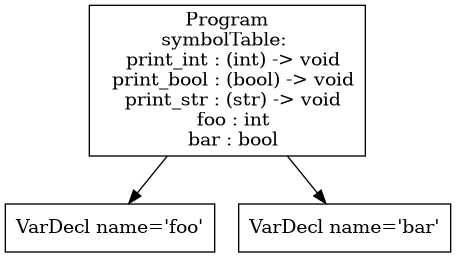
ChristianGuer/p2 keeps this Graphviz diagram as p2-parser/tree.png. Above is the earlier version. Its source is kept beside it as p2-parser/tree.dot.
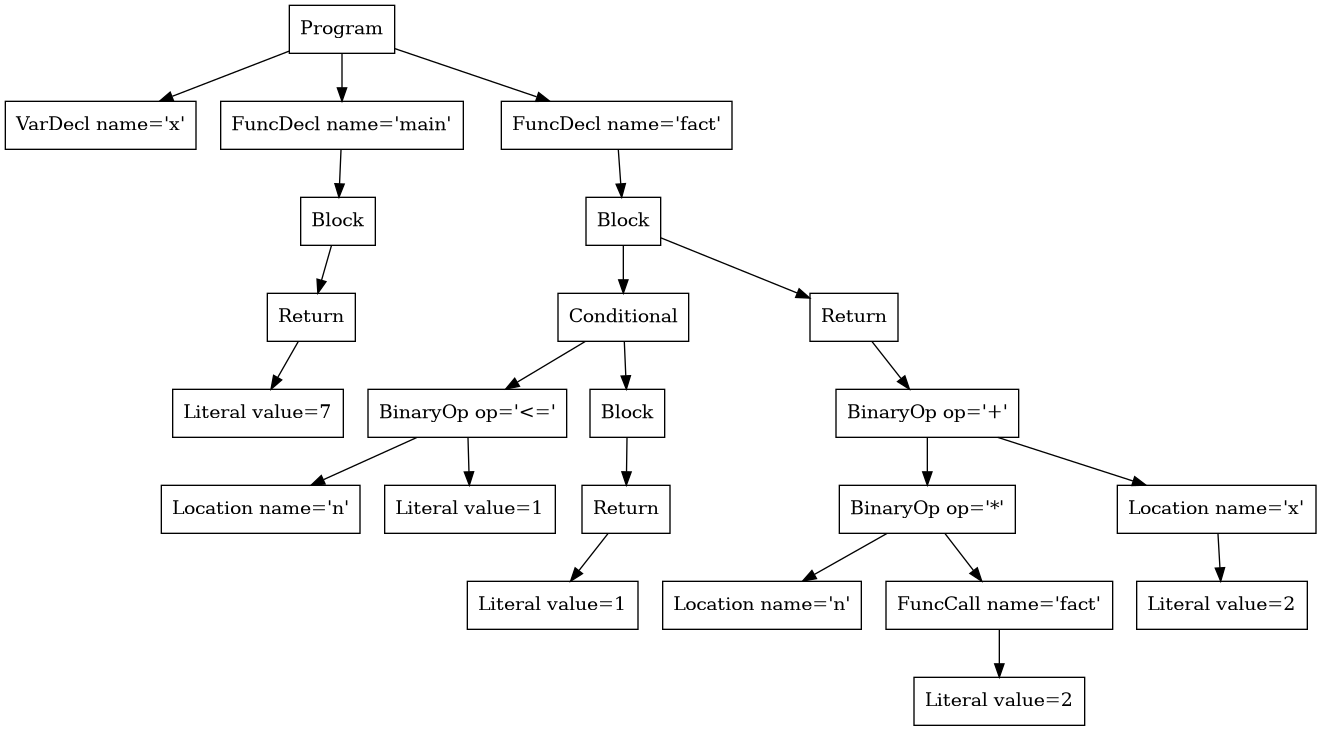
The same diagram one commit later.

The edit, as a diff of the source:
```diff
@@ -1,7 +1,47 @@
 digraph AST {
-1 [shape=box, label="VarDecl name='foo'"];
-2 [shape=box, label="VarDecl name='bar'"];
-0 [shape=box, label="Program\nsymbolTable: \n  print_int : (int) -> void\n  print_bool : (bool) -> void\n  print_str : (str) -> void\n  foo : int\n  bar : bool"];
+1 [shape=box, label="VarDecl name='x'"];
+5 [shape=box, label="Literal value=7"];
+4 [shape=box, label="Return"];
+4 -> 5;
+3 [shape=box, label="Block"];
+3 -> 4;
+2 [shape=box, label="FuncDecl name='main'"];
+2 -> 3;
+10 [shape=box, label="Location name='n'"];
+11 [shape=box, label="Literal value=1"];
+9 [shape=box, label="BinaryOp op='<='"];
+9 -> 10;
+9 -> 11;
+14 [shape=box, label="Literal value=1"];
+13 [shape=box, label="Return"];
+13 -> 14;
+12 [shape=box, label="Block"];
+12 -> 13;
+8 [shape=box, label="Conditional"];
+8 -> 9;
+8 -> 12;
+18 [shape=box, label="Location name='n'"];
+20 [shape=box, label="Literal value=2"];
+19 [shape=box, label="FuncCall name='fact'"];
+19 -> 20;
+17 [shape=box, label="BinaryOp op='*'"];
+17 -> 18;
+17 -> 19;
+22 [shape=box, label="Literal value=2"];
+21 [shape=box, label="Location name='x'"];
+21 -> 22;
+16 [shape=box, label="BinaryOp op='+'"];
+16 -> 17;
+16 -> 21;
+15 [shape=box, label="Return"];
+15 -> 16;
+7 [shape=box, label="Block"];
+7 -> 8;
+7 -> 15;
+6 [shape=box, label="FuncDecl name='fact'"];
+6 -> 7;
+0 [shape=box, label="Program"];
 0 -> 1;
 0 -> 2;
+0 -> 6;
 }
```
